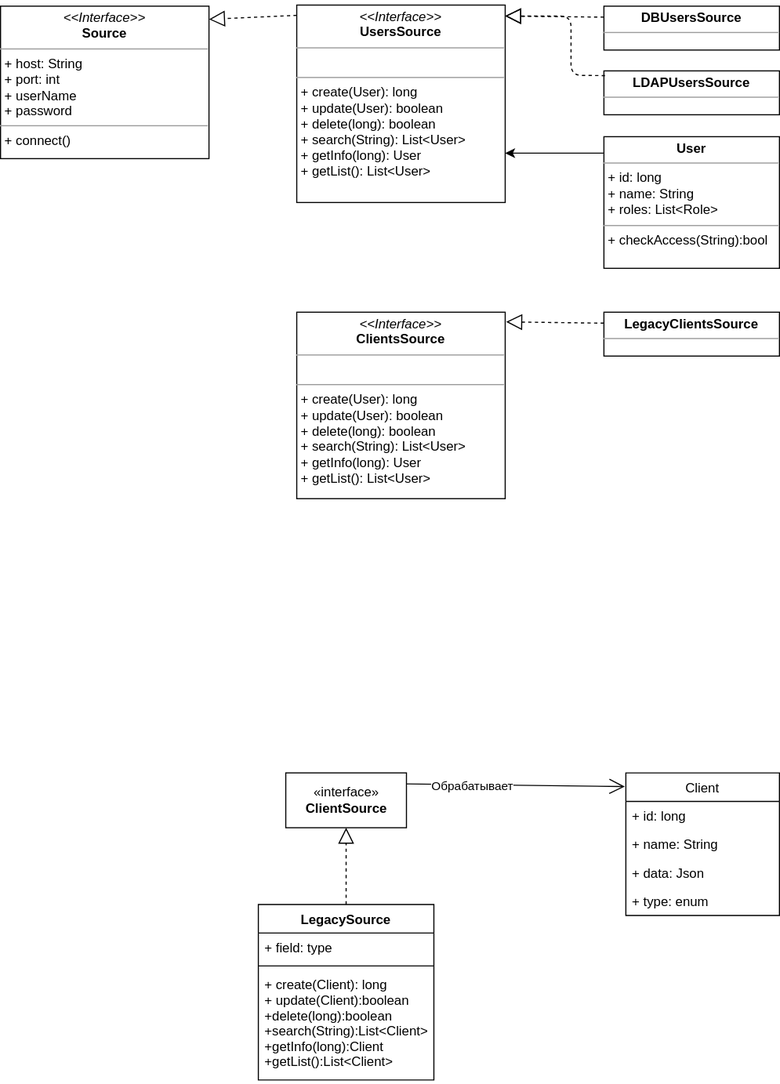
Above: ClassDiagram.svg in LordOfPhys/project_x (draw.io), before the change. Source tidied: cells renumbered, new cells last; positions are measured from the earlier drawing's top-left corner, leaving out a move shared by most shapes.
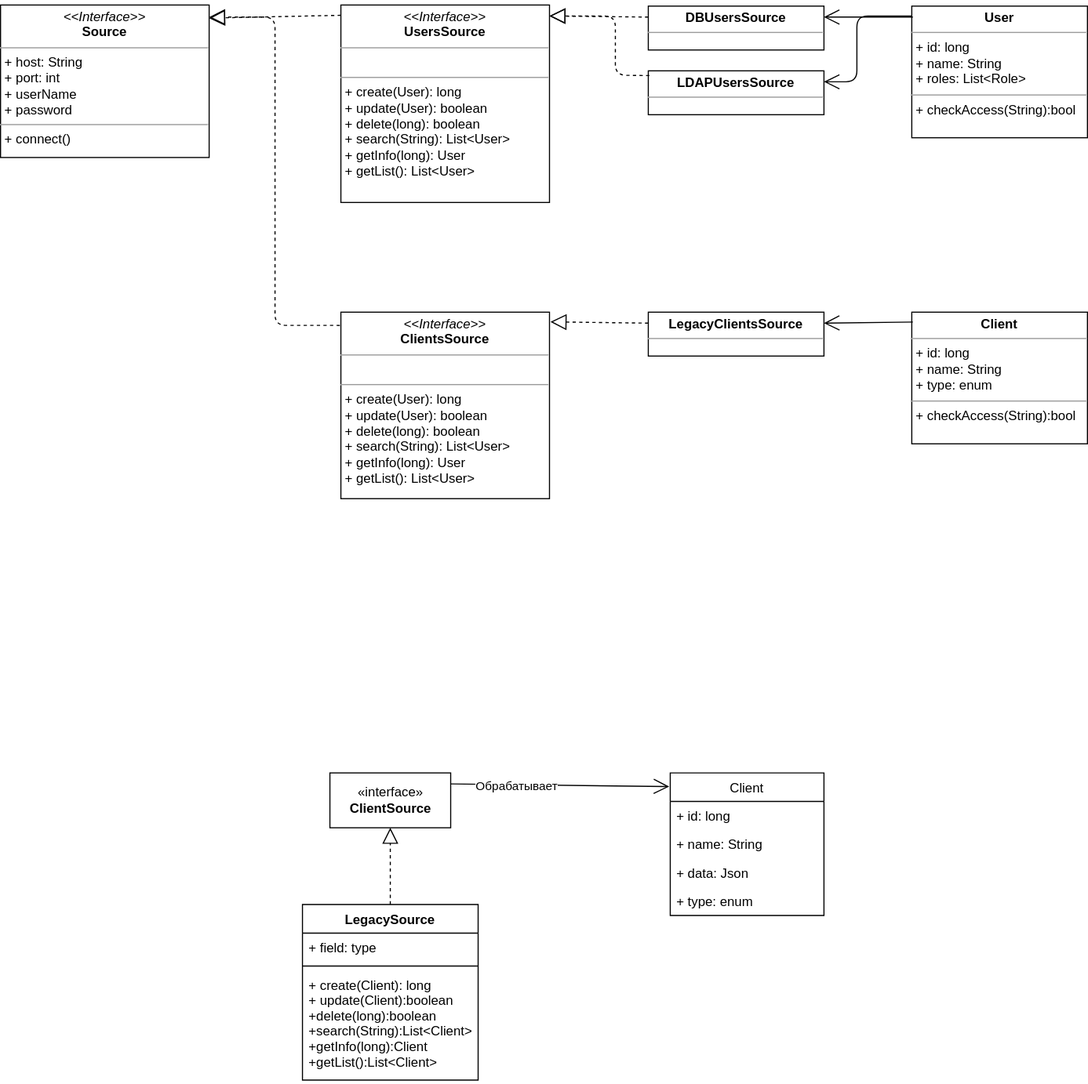
The same file after the commit.

What changed in the source:
```diff
@@ -67,7 +67,7 @@
       </mxGeometry>
     </mxCell>
     <mxCell id="20" value="&lt;p style=&quot;margin: 0px ; margin-top: 4px ; text-align: center&quot;&gt;&lt;i&gt;&amp;lt;&amp;lt;Interface&amp;gt;&amp;gt;&lt;/i&gt;&lt;br&gt;&lt;b&gt;Source&lt;/b&gt;&lt;/p&gt;&lt;hr size=&quot;1&quot;&gt;&lt;p style=&quot;margin: 0px 0px 0px 4px&quot;&gt;+ host: String&lt;br&gt;+ port: int&lt;/p&gt;&lt;p style=&quot;margin: 0px 0px 0px 4px&quot;&gt;+ userName&lt;/p&gt;&lt;p style=&quot;margin: 0px 0px 0px 4px&quot;&gt;+ password&lt;/p&gt;&lt;hr size=&quot;1&quot;&gt;&lt;p style=&quot;margin: 0px 0px 0px 4px&quot;&gt;+ connect()&lt;/p&gt;&lt;div&gt;&lt;br&gt;&lt;/div&gt;" style="verticalAlign=top;align=left;overflow=fill;fontSize=12;fontFamily=Helvetica;html=1;" parent="1" vertex="1">
-      <mxGeometry y="1" width="190" height="139" as="geometry" />
+      <mxGeometry x="-40" width="190" height="139" as="geometry" />
     </mxCell>
     <mxCell id="21" style="endArrow=block;dashed=1;endFill=0;endSize=12;html=1;entryX=1;entryY=0.086;entryDx=0;entryDy=0;entryPerimeter=0;exitX=0;exitY=0.052;exitDx=0;exitDy=0;exitPerimeter=0;" parent="1" edge="1" source="15" target="20">
       <mxGeometry relative="1" as="geometry" />
@@ -81,11 +81,34 @@
     <mxCell id="24" style="endArrow=block;dashed=1;endFill=0;endSize=12;html=1;entryX=1.005;entryY=0.052;entryDx=0;entryDy=0;entryPerimeter=0;exitX=0;exitY=0.25;exitDx=0;exitDy=0;" parent="1" edge="1" source="23" target="22">
       <mxGeometry relative="1" as="geometry" />
     </mxCell>
-    <mxCell id="25" style="edgeStyle=orthogonalEdgeStyle;rounded=0;jettySize=auto;html=1;exitX=0;exitY=0.125;exitDx=0;exitDy=0;entryX=1;entryY=0.75;entryDx=0;entryDy=0;exitPerimeter=0;" parent="1" edge="1" source="26" target="15">
-      <mxGeometry relative="1" as="geometry" />
-    </mxCell>
     <mxCell id="26" value="&lt;p style=&quot;margin: 0px ; margin-top: 4px ; text-align: center&quot;&gt;&lt;b&gt;User&lt;/b&gt;&lt;/p&gt;&lt;hr size=&quot;1&quot;&gt;&lt;p style=&quot;margin: 0px ; margin-left: 4px&quot;&gt;+ id: long&lt;/p&gt;&lt;p style=&quot;margin: 0px ; margin-left: 4px&quot;&gt;+ name: String&lt;/p&gt;&lt;p style=&quot;margin: 0px ; margin-left: 4px&quot;&gt;+ roles: List&amp;lt;Role&amp;gt;&lt;/p&gt;&lt;hr size=&quot;1&quot;&gt;&lt;p style=&quot;margin: 0px ; margin-left: 4px&quot;&gt;+ checkAccess(String):bool&lt;/p&gt;" style="verticalAlign=top;align=left;overflow=fill;fontSize=12;fontFamily=Helvetica;html=1;" parent="1" vertex="1">
-      <mxGeometry x="550" y="120" width="160" height="120" as="geometry" />
+      <mxGeometry x="790" y="1" width="160" height="120" as="geometry" />
     </mxCell>
+    <mxCell id="27" value="&lt;p style=&quot;margin: 0px ; margin-top: 4px ; text-align: center&quot;&gt;&lt;b&gt;Client&lt;/b&gt;&lt;/p&gt;&lt;hr size=&quot;1&quot;&gt;&lt;p style=&quot;margin: 0px ; margin-left: 4px&quot;&gt;+ id: long&lt;/p&gt;&lt;p style=&quot;margin: 0px ; margin-left: 4px&quot;&gt;+ name: String&lt;/p&gt;&lt;p style=&quot;margin: 0px ; margin-left: 4px&quot;&gt;+ type: enum&lt;/p&gt;&lt;hr size=&quot;1&quot;&gt;&lt;p style=&quot;margin: 0px ; margin-left: 4px&quot;&gt;+ checkAccess(String):bool&lt;/p&gt;" style="verticalAlign=top;align=left;overflow=fill;fontSize=12;fontFamily=Helvetica;html=1;" parent="1" vertex="1">
+      <mxGeometry x="790" y="280" width="160" height="120" as="geometry" />
+    </mxCell>
+    <mxCell id="28" style="endArrow=open;endFill=1;endSize=12;html=1;exitX=0.006;exitY=0.075;exitDx=0;exitDy=0;exitPerimeter=0;entryX=1;entryY=0.25;entryDx=0;entryDy=0;" parent="1" edge="1" source="27" target="23">
+      <mxGeometry relative="1" as="geometry" />
+    </mxCell>
+    <mxCell id="29" style="endArrow=open;endFill=1;endSize=12;html=1;exitX=0.006;exitY=0.083;exitDx=0;exitDy=0;exitPerimeter=0;entryX=1;entryY=0.25;entryDx=0;entryDy=0;" parent="1" edge="1" source="26" target="16">
+      <mxGeometry relative="1" as="geometry" />
+    </mxCell>
+    <mxCell id="30" style="endArrow=open;endFill=1;endSize=12;html=1;entryX=1;entryY=0.25;entryDx=0;entryDy=0;" parent="1" edge="1" target="18">
+      <mxGeometry relative="1" as="geometry">
+        <mxPoint x="790" y="10" as="sourcePoint" />
+        <Array as="points">
+          <mxPoint x="740" y="10" />
+          <mxPoint x="740" y="70" />
+        </Array>
+      </mxGeometry>
+    </mxCell>
+    <mxCell id="31" style="endArrow=block;dashed=1;endFill=0;endSize=12;html=1;exitX=-0.005;exitY=0.071;exitDx=0;exitDy=0;exitPerimeter=0;entryX=1;entryY=0.079;entryDx=0;entryDy=0;entryPerimeter=0;" parent="1" edge="1" source="22" target="20">
+      <mxGeometry relative="1" as="geometry">
+        <Array as="points">
+          <mxPoint x="210" y="292" />
+          <mxPoint x="210" y="11" />
+        </Array>
+      </mxGeometry>
+    </mxCell>
   </root>
 </mxGraphModel>
```
